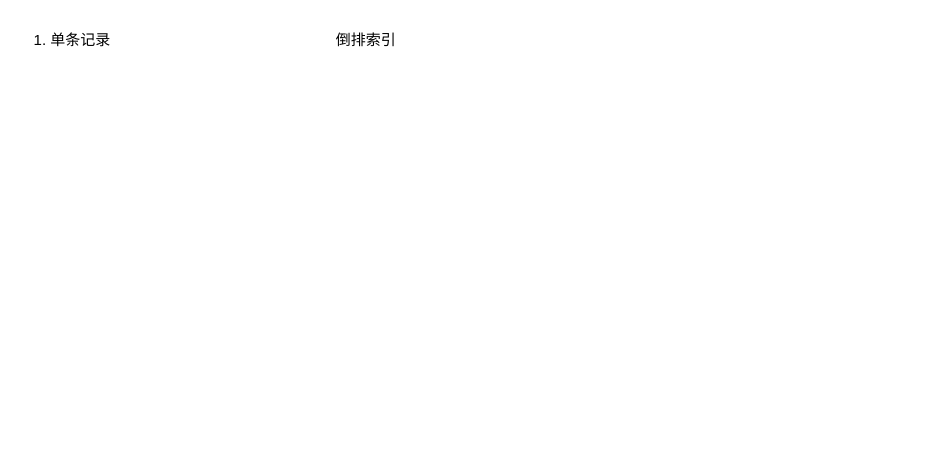
Earlier version of the draw.io diagram page "缓存处理逻辑" (2 of 5) of xctp.drawio (devfox88/draw-house). Source tidied: cells renumbered, new cells numbered last; positions are measured from the earlier drawing's top-left corner, leaving out a move shared by most shapes. Both pictures are drawn from the tidied source at 125%, with x=0, y=0 at pixel (21, 21).
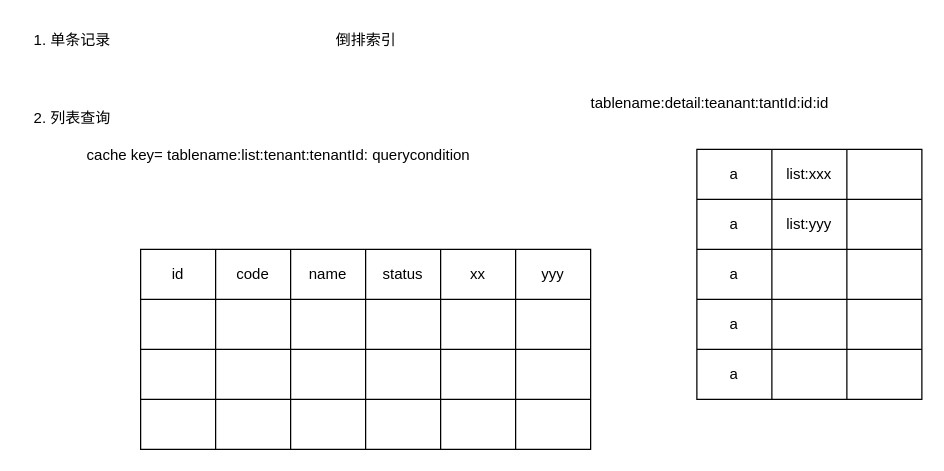
Above is the later version.

What changed in the source:
```diff
@@
+    <mxCell id="4" style="shape=table;startSize=0;childLayout=tableLayout;" parent="1" vertex="1">
+      <mxGeometry x="95" y="182" width="360" height="160" as="geometry" />
+    </mxCell>
+    <mxCell id="5" style="shape=tableRow;horizontal=0;startSize=0;swimlaneHead=0;swimlaneBody=0;strokeColor=inherit;top=0;left=0;bottom=0;right=0;fillColor=none;" parent="4" vertex="1">
+      <mxGeometry width="360" height="40" as="geometry" />
+    </mxCell>
+    <mxCell id="6" value="id" style="shape=partialRectangle;html=1;whiteSpace=wrap;strokeColor=inherit;overflow=hidden;fillColor=none;top=0;left=0;bottom=0;right=0;" parent="5" vertex="1">
+      <mxGeometry width="60" height="40" as="geometry" />
+    </mxCell>
+    <mxCell id="7" value="code" style="shape=partialRectangle;html=1;whiteSpace=wrap;strokeColor=inherit;overflow=hidden;fillColor=none;top=0;left=0;bottom=0;right=0;" parent="5" vertex="1">
+      <mxGeometry x="60" width="60" height="40" as="geometry" />
+    </mxCell>
+    <mxCell id="8" value="name" style="shape=partialRectangle;html=1;whiteSpace=wrap;strokeColor=inherit;overflow=hidden;fillColor=none;top=0;left=0;bottom=0;right=0;" parent="5" vertex="1">
+      <mxGeometry x="120" width="60" height="40" as="geometry" />
+    </mxCell>
+    <mxCell id="9" value="status" style="shape=partialRectangle;html=1;whiteSpace=wrap;strokeColor=inherit;overflow=hidden;fillColor=none;top=0;left=0;bottom=0;right=0;" parent="5" vertex="1">
+      <mxGeometry x="180" width="60" height="40" as="geometry" />
+    </mxCell>
+    <mxCell id="10" value="xx" style="shape=partialRectangle;html=1;whiteSpace=wrap;strokeColor=inherit;overflow=hidden;fillColor=none;top=0;left=0;bottom=0;right=0;" parent="5" vertex="1">
+      <mxGeometry x="240" width="60" height="40" as="geometry" />
+    </mxCell>
+    <mxCell id="11" value="yyy" style="shape=partialRectangle;html=1;whiteSpace=wrap;strokeColor=inherit;overflow=hidden;fillColor=none;top=0;left=0;bottom=0;right=0;" parent="5" vertex="1">
+      <mxGeometry x="300" width="60" height="40" as="geometry" />
+    </mxCell>
+    <mxCell id="12" style="shape=tableRow;horizontal=0;startSize=0;swimlaneHead=0;swimlaneBody=0;strokeColor=inherit;top=0;left=0;bottom=0;right=0;fillColor=none;" parent="4" vertex="1">
+      <mxGeometry y="40" width="360" height="40" as="geometry" />
+    </mxCell>
+    <mxCell id="13" style="shape=partialRectangle;html=1;whiteSpace=wrap;strokeColor=inherit;overflow=hidden;fillColor=none;top=0;left=0;bottom=0;right=0;" parent="12" vertex="1">
+      <mxGeometry width="60" height="40" as="geometry" />
+    </mxCell>
+    <mxCell id="14" style="shape=partialRectangle;html=1;whiteSpace=wrap;strokeColor=inherit;overflow=hidden;fillColor=none;top=0;left=0;bottom=0;right=0;" parent="12" vertex="1">
+      <mxGeometry x="60" width="60" height="40" as="geometry" />
+    </mxCell>
+    <mxCell id="15" style="shape=partialRectangle;html=1;whiteSpace=wrap;strokeColor=inherit;overflow=hidden;fillColor=none;top=0;left=0;bottom=0;right=0;" parent="12" vertex="1">
+      <mxGeometry x="120" width="60" height="40" as="geometry" />
+    </mxCell>
+    <mxCell id="16" style="shape=partialRectangle;html=1;whiteSpace=wrap;strokeColor=inherit;overflow=hidden;fillColor=none;top=0;left=0;bottom=0;right=0;" parent="12" vertex="1">
+      <mxGeometry x="180" width="60" height="40" as="geometry" />
+    </mxCell>
+    <mxCell id="17" style="shape=partialRectangle;html=1;whiteSpace=wrap;strokeColor=inherit;overflow=hidden;fillColor=none;top=0;left=0;bottom=0;right=0;" parent="12" vertex="1">
+      <mxGeometry x="240" width="60" height="40" as="geometry" />
+    </mxCell>
+    <mxCell id="18" style="shape=partialRectangle;html=1;whiteSpace=wrap;strokeColor=inherit;overflow=hidden;fillColor=none;top=0;left=0;bottom=0;right=0;" parent="12" vertex="1">
+      <mxGeometry x="300" width="60" height="40" as="geometry" />
+    </mxCell>
+    <mxCell id="19" style="shape=tableRow;horizontal=0;startSize=0;swimlaneHead=0;swimlaneBody=0;strokeColor=inherit;top=0;left=0;bottom=0;right=0;fillColor=none;" parent="4" vertex="1">
+      <mxGeometry y="80" width="360" height="40" as="geometry" />
+    </mxCell>
+    <mxCell id="20" style="shape=partialRectangle;html=1;whiteSpace=wrap;strokeColor=inherit;overflow=hidden;fillColor=none;top=0;left=0;bottom=0;right=0;" parent="19" vertex="1">
+      <mxGeometry width="60" height="40" as="geometry" />
+    </mxCell>
+    <mxCell id="21" style="shape=partialRectangle;html=1;whiteSpace=wrap;strokeColor=inherit;overflow=hidden;fillColor=none;top=0;left=0;bottom=0;right=0;" parent="19" vertex="1">
+      <mxGeometry x="60" width="60" height="40" as="geometry" />
+    </mxCell>
+    <mxCell id="22" style="shape=partialRectangle;html=1;whiteSpace=wrap;strokeColor=inherit;overflow=hidden;fillColor=none;top=0;left=0;bottom=0;right=0;" parent="19" vertex="1">
+      <mxGeometry x="120" width="60" height="40" as="geometry" />
+    </mxCell>
+    <mxCell id="23" style="shape=partialRectangle;html=1;whiteSpace=wrap;strokeColor=inherit;overflow=hidden;fillColor=none;top=0;left=0;bottom=0;right=0;" parent="19" vertex="1">
+      <mxGeometry x="180" width="60" height="40" as="geometry" />
+    </mxCell>
+    <mxCell id="24" style="shape=partialRectangle;html=1;whiteSpace=wrap;strokeColor=inherit;overflow=hidden;fillColor=none;top=0;left=0;bottom=0;right=0;" parent="19" vertex="1">
+      <mxGeometry x="240" width="60" height="40" as="geometry" />
+    </mxCell>
+    <mxCell id="25" style="shape=partialRectangle;html=1;whiteSpace=wrap;strokeColor=inherit;overflow=hidden;fillColor=none;top=0;left=0;bottom=0;right=0;" parent="19" vertex="1">
+      <mxGeometry x="300" width="60" height="40" as="geometry" />
+    </mxCell>
+    <mxCell id="26" style="shape=tableRow;horizontal=0;startSize=0;swimlaneHead=0;swimlaneBody=0;strokeColor=inherit;top=0;left=0;bottom=0;right=0;fillColor=none;" parent="4" vertex="1">
+      <mxGeometry y="120" width="360" height="40" as="geometry" />
+    </mxCell>
+    <mxCell id="27" style="shape=partialRectangle;html=1;whiteSpace=wrap;strokeColor=inherit;overflow=hidden;fillColor=none;top=0;left=0;bottom=0;right=0;" parent="26" vertex="1">
+      <mxGeometry width="60" height="40" as="geometry" />
+    </mxCell>
+    <mxCell id="28" style="shape=partialRectangle;html=1;whiteSpace=wrap;strokeColor=inherit;overflow=hidden;fillColor=none;top=0;left=0;bottom=0;right=0;" parent="26" vertex="1">
+      <mxGeometry x="60" width="60" height="40" as="geometry" />
+    </mxCell>
+    <mxCell id="29" style="shape=partialRectangle;html=1;whiteSpace=wrap;strokeColor=inherit;overflow=hidden;fillColor=none;top=0;left=0;bottom=0;right=0;" parent="26" vertex="1">
+      <mxGeometry x="120" width="60" height="40" as="geometry" />
+    </mxCell>
+    <mxCell id="30" style="shape=partialRectangle;html=1;whiteSpace=wrap;strokeColor=inherit;overflow=hidden;fillColor=none;top=0;left=0;bottom=0;right=0;" parent="26" vertex="1">
+      <mxGeometry x="180" width="60" height="40" as="geometry" />
+    </mxCell>
+    <mxCell id="31" style="shape=partialRectangle;html=1;whiteSpace=wrap;strokeColor=inherit;overflow=hidden;fillColor=none;top=0;left=0;bottom=0;right=0;" parent="26" vertex="1">
+      <mxGeometry x="240" width="60" height="40" as="geometry" />
+    </mxCell>
+    <mxCell id="32" style="shape=partialRectangle;html=1;whiteSpace=wrap;strokeColor=inherit;overflow=hidden;fillColor=none;top=0;left=0;bottom=0;right=0;" parent="26" vertex="1">
+      <mxGeometry x="300" width="60" height="40" as="geometry" />
+    </mxCell>
+    <mxCell id="33" style="shape=table;startSize=0;childLayout=tableLayout;" parent="1" vertex="1">
+      <mxGeometry x="540" y="102" width="180" height="200" as="geometry" />
+    </mxCell>
+    <mxCell id="34" style="shape=tableRow;horizontal=0;startSize=0;swimlaneHead=0;swimlaneBody=0;strokeColor=inherit;top=0;left=0;bottom=0;right=0;fillColor=none;" parent="33" vertex="1">
+      <mxGeometry width="180" height="40" as="geometry" />
+    </mxCell>
+    <mxCell id="35" value="a" style="shape=partialRectangle;html=1;whiteSpace=wrap;strokeColor=inherit;overflow=hidden;fillColor=none;top=0;left=0;bottom=0;right=0;" parent="34" vertex="1">
+      <mxGeometry width="60" height="40" as="geometry" />
+    </mxCell>
+    <mxCell id="36" value="list:xxx" style="shape=partialRectangle;html=1;whiteSpace=wrap;strokeColor=inherit;overflow=hidden;fillColor=none;top=0;left=0;bottom=0;right=0;" parent="34" vertex="1">
+      <mxGeometry x="60" width="60" height="40" as="geometry" />
+    </mxCell>
+    <mxCell id="37" style="shape=partialRectangle;html=1;whiteSpace=wrap;strokeColor=inherit;overflow=hidden;fillColor=none;top=0;left=0;bottom=0;right=0;" parent="34" vertex="1">
+      <mxGeometry x="120" width="60" height="40" as="geometry" />
+    </mxCell>
+    <mxCell id="38" style="shape=tableRow;horizontal=0;startSize=0;swimlaneHead=0;swimlaneBody=0;strokeColor=inherit;top=0;left=0;bottom=0;right=0;fillColor=none;" parent="33" vertex="1">
+      <mxGeometry y="40" width="180" height="40" as="geometry" />
+    </mxCell>
+    <mxCell id="39" value="a" style="shape=partialRectangle;html=1;whiteSpace=wrap;strokeColor=inherit;overflow=hidden;fillColor=none;top=0;left=0;bottom=0;right=0;" parent="38" vertex="1">
+      <mxGeometry width="60" height="40" as="geometry" />
+    </mxCell>
+    <mxCell id="40" value="list:yyy" style="shape=partialRectangle;html=1;whiteSpace=wrap;strokeColor=inherit;overflow=hidden;fillColor=none;top=0;left=0;bottom=0;right=0;" parent="38" vertex="1">
+      <mxGeometry x="60" width="60" height="40" as="geometry" />
+    </mxCell>
+    <mxCell id="41" style="shape=partialRectangle;html=1;whiteSpace=wrap;strokeColor=inherit;overflow=hidden;fillColor=none;top=0;left=0;bottom=0;right=0;" parent="38" vertex="1">
+      <mxGeometry x="120" width="60" height="40" as="geometry" />
+    </mxCell>
+    <mxCell id="42" style="shape=tableRow;horizontal=0;startSize=0;swimlaneHead=0;swimlaneBody=0;strokeColor=inherit;top=0;left=0;bottom=0;right=0;fillColor=none;" parent="33" vertex="1">
+      <mxGeometry y="80" width="180" height="40" as="geometry" />
+    </mxCell>
+    <mxCell id="43" value="a" style="shape=partialRectangle;html=1;whiteSpace=wrap;strokeColor=inherit;overflow=hidden;fillColor=none;top=0;left=0;bottom=0;right=0;" parent="42" vertex="1">
+      <mxGeometry width="60" height="40" as="geometry" />
+    </mxCell>
+    <mxCell id="44" style="shape=partialRectangle;html=1;whiteSpace=wrap;strokeColor=inherit;overflow=hidden;fillColor=none;top=0;left=0;bottom=0;right=0;" parent="42" vertex="1">
+      <mxGeometry x="60" width="60" height="40" as="geometry" />
+    </mxCell>
+    <mxCell id="45" style="shape=partialRectangle;html=1;whiteSpace=wrap;strokeColor=inherit;overflow=hidden;fillColor=none;top=0;left=0;bottom=0;right=0;" parent="42" vertex="1">
+      <mxGeometry x="120" width="60" height="40" as="geometry" />
+    </mxCell>
+    <mxCell id="46" style="shape=tableRow;horizontal=0;startSize=0;swimlaneHead=0;swimlaneBody=0;strokeColor=inherit;top=0;left=0;bottom=0;right=0;fillColor=none;" parent="33" vertex="1">
+      <mxGeometry y="120" width="180" height="40" as="geometry" />
+    </mxCell>
+    <mxCell id="47" value="a" style="shape=partialRectangle;html=1;whiteSpace=wrap;strokeColor=inherit;overflow=hidden;fillColor=none;top=0;left=0;bottom=0;right=0;" parent="46" vertex="1">
+      <mxGeometry width="60" height="40" as="geometry" />
+    </mxCell>
+    <mxCell id="48" style="shape=partialRectangle;html=1;whiteSpace=wrap;strokeColor=inherit;overflow=hidden;fillColor=none;top=0;left=0;bottom=0;right=0;" parent="46" vertex="1">
+      <mxGeometry x="60" width="60" height="40" as="geometry" />
+    </mxCell>
+    <mxCell id="49" style="shape=partialRectangle;html=1;whiteSpace=wrap;strokeColor=inherit;overflow=hidden;fillColor=none;top=0;left=0;bottom=0;right=0;" parent="46" vertex="1">
+      <mxGeometry x="120" width="60" height="40" as="geometry" />
+    </mxCell>
+    <mxCell id="50" style="shape=tableRow;horizontal=0;startSize=0;swimlaneHead=0;swimlaneBody=0;strokeColor=inherit;top=0;left=0;bottom=0;right=0;fillColor=none;" parent="33" vertex="1">
+      <mxGeometry y="160" width="180" height="40" as="geometry" />
+    </mxCell>
+    <mxCell id="51" value="a" style="shape=partialRectangle;html=1;whiteSpace=wrap;strokeColor=inherit;overflow=hidden;fillColor=none;top=0;left=0;bottom=0;right=0;" parent="50" vertex="1">
+      <mxGeometry width="60" height="40" as="geometry" />
+    </mxCell>
+    <mxCell id="52" style="shape=partialRectangle;html=1;whiteSpace=wrap;strokeColor=inherit;overflow=hidden;fillColor=none;top=0;left=0;bottom=0;right=0;" parent="50" vertex="1">
+      <mxGeometry x="60" width="60" height="40" as="geometry" />
+    </mxCell>
+    <mxCell id="53" style="shape=partialRectangle;html=1;whiteSpace=wrap;strokeColor=inherit;overflow=hidden;fillColor=none;top=0;left=0;bottom=0;right=0;" parent="50" vertex="1">
+      <mxGeometry x="120" width="60" height="40" as="geometry" />
+    </mxCell>
+    <mxCell id="54" value="2. 列表查询" style="text;html=1;align=center;verticalAlign=middle;strokeColor=none;fillColor=none;" parent="1" vertex="1">
+      <mxGeometry y="62" width="80" height="30" as="geometry" />
+    </mxCell>
+    <mxCell id="55" value="cache key= tablename:list:tenant:tenantId: querycondition" style="text;html=1;align=center;verticalAlign=middle;strokeColor=none;fillColor=none;" parent="1" vertex="1">
+      <mxGeometry x="40" y="92" width="330" height="30" as="geometry" />
+    </mxCell>
+    <mxCell id="56" value="tablename:detail:teanant:tantId:id:id" style="text;html=1;align=center;verticalAlign=middle;strokeColor=none;fillColor=none;" parent="1" vertex="1">
+      <mxGeometry x="445" y="50" width="210" height="30" as="geometry" />
+    </mxCell>
```
